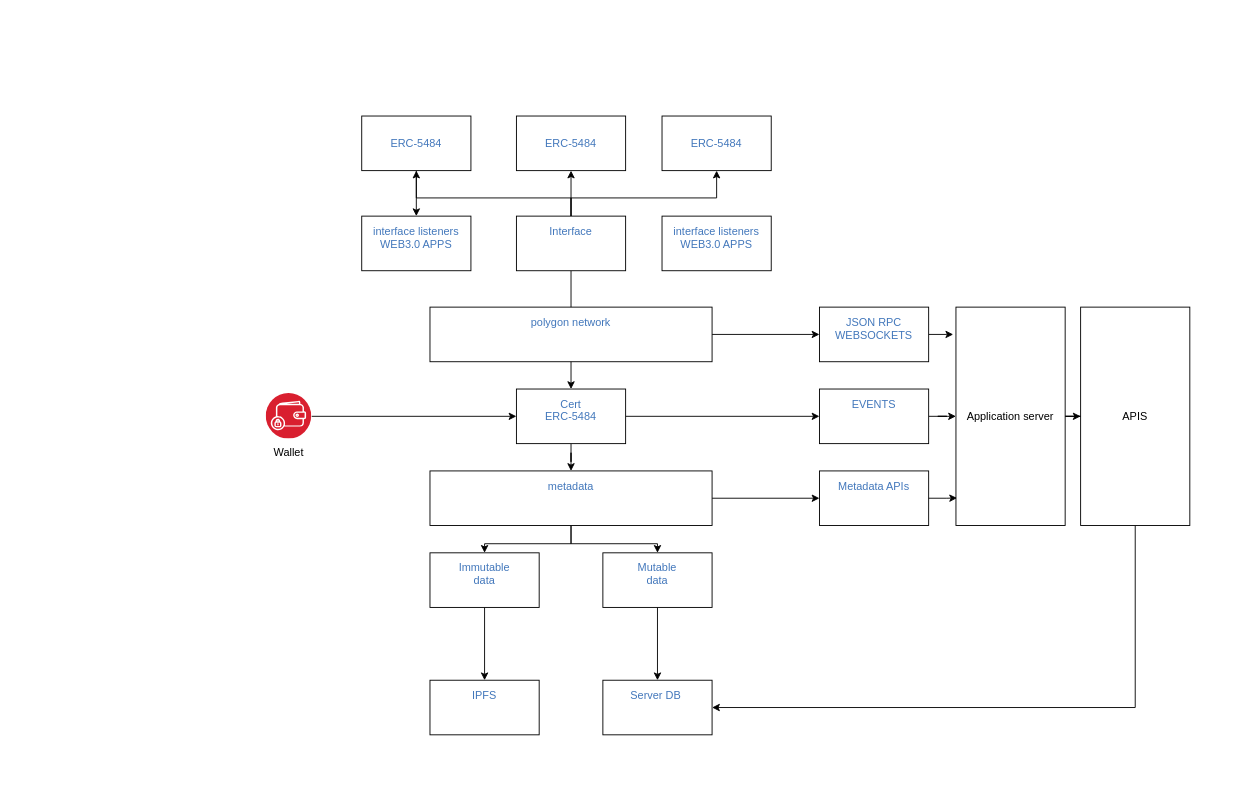
Earlier version of the draw.io diagram certNFT.drawio (ali-05-ahmed/Concept-Diagrams). Source tidied: cells renumbered, new cells numbered last; positions are measured from the earlier drawing's top-left corner, leaving out a move shared by most shapes. Both pictures are drawn from the tidied source at 91%, with x=0, y=0 at pixel (261, 116).
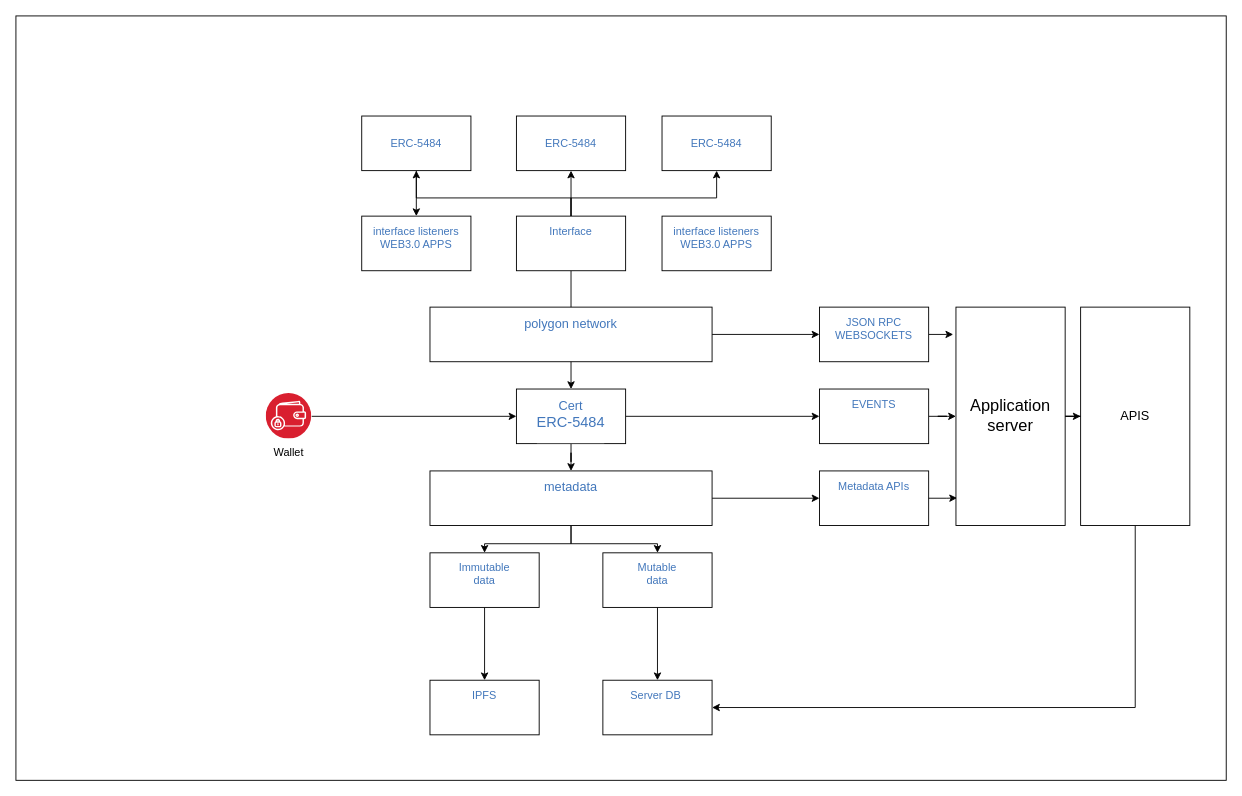
The same diagram, later.

Change to the diagram source:
```diff
@@
+    <mxCell id="41" style="rounded=0;whiteSpace=wrap;html=1;" parent="1" vertex="1">
+      <mxGeometry x="-270" y="-110" width="1330" height="840" as="geometry" />
+    </mxCell>
@@
-    <mxCell id="7" value="&lt;div&gt;Cert&lt;/div&gt;&lt;div&gt;ERC-5484&lt;/div&gt;&lt;div&gt;&lt;br&gt;&lt;/div&gt;" style="whiteSpace=wrap;html=1;verticalAlign=top;fontColor=#4277BB;labelBackgroundColor=default;shadow=0;dashed=0;spacingTop=3;" parent="1" vertex="1">
+    <mxCell id="7" value="&lt;div&gt;&lt;font style=&quot;font-size: 14px;&quot;&gt;Cert&lt;/font&gt;&lt;/div&gt;&lt;div&gt;&lt;font size=&quot;3&quot;&gt;ERC-5484&lt;/font&gt;&lt;/div&gt;&lt;div&gt;&lt;br&gt;&lt;/div&gt;" style="whiteSpace=wrap;html=1;verticalAlign=top;fontColor=#4277BB;labelBackgroundColor=default;shadow=0;dashed=0;spacingTop=3;" parent="1" vertex="1">
       <mxGeometry x="280" y="300" width="120" height="60" as="geometry" />
     </mxCell>
@@
-    <mxCell id="18" value="&lt;div&gt;polygon network&lt;/div&gt;" style="whiteSpace=wrap;html=1;verticalAlign=top;fontColor=#4277BB;labelBackgroundColor=default;shadow=0;dashed=0;spacingTop=3;" parent="1" vertex="1">
+    <mxCell id="18" value="&lt;div&gt;&lt;font style=&quot;font-size: 14px;&quot;&gt;polygon network&lt;/font&gt;&lt;/div&gt;" style="whiteSpace=wrap;html=1;verticalAlign=top;fontColor=#4277BB;labelBackgroundColor=default;shadow=0;dashed=0;spacingTop=3;" parent="1" vertex="1">
       <mxGeometry x="185" y="210" width="310" height="60" as="geometry" />
     </mxCell>
@@
-    <mxCell id="24" value="metadata" style="whiteSpace=wrap;html=1;verticalAlign=top;fontColor=#4277BB;labelBackgroundColor=default;shadow=0;dashed=0;spacingTop=3;" parent="1" vertex="1">
+    <mxCell id="24" value="&lt;font style=&quot;font-size: 14px;&quot;&gt;metadata&lt;/font&gt;" style="whiteSpace=wrap;html=1;verticalAlign=top;fontColor=#4277BB;labelBackgroundColor=default;shadow=0;dashed=0;spacingTop=3;" parent="1" vertex="1">
       <mxGeometry x="185" y="390" width="310" height="60" as="geometry" />
     </mxCell>
@@
-    <mxCell id="32" value="Application server" style="rounded=0;whiteSpace=wrap;html=1;" parent="1" vertex="1">
+    <mxCell id="32" value="&lt;font style=&quot;font-size: 18px;&quot;&gt;Application server&lt;/font&gt;" style="rounded=0;whiteSpace=wrap;html=1;" parent="1" vertex="1">
       <mxGeometry x="763" y="210" width="120" height="240" as="geometry" />
     </mxCell>
@@
-    <mxCell id="40" value="APIS" style="rounded=0;whiteSpace=wrap;html=1;" parent="1" vertex="1">
+    <mxCell id="40" value="&lt;font style=&quot;font-size: 14px;&quot;&gt;APIS&lt;/font&gt;" style="rounded=0;whiteSpace=wrap;html=1;" parent="1" vertex="1">
       <mxGeometry x="900" y="210" width="120" height="240" as="geometry" />
     </mxCell>
```
